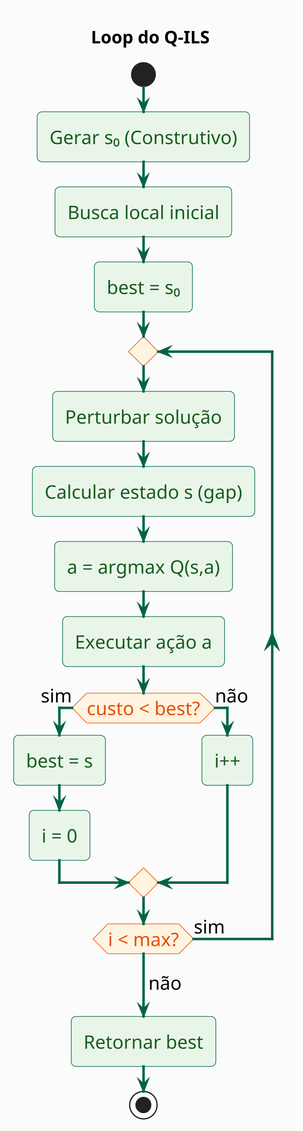
This is etc/plantuml/ils_loop.png from lucascbarbosa/TSP-RL, a PlantUML export, as it was before one commit.
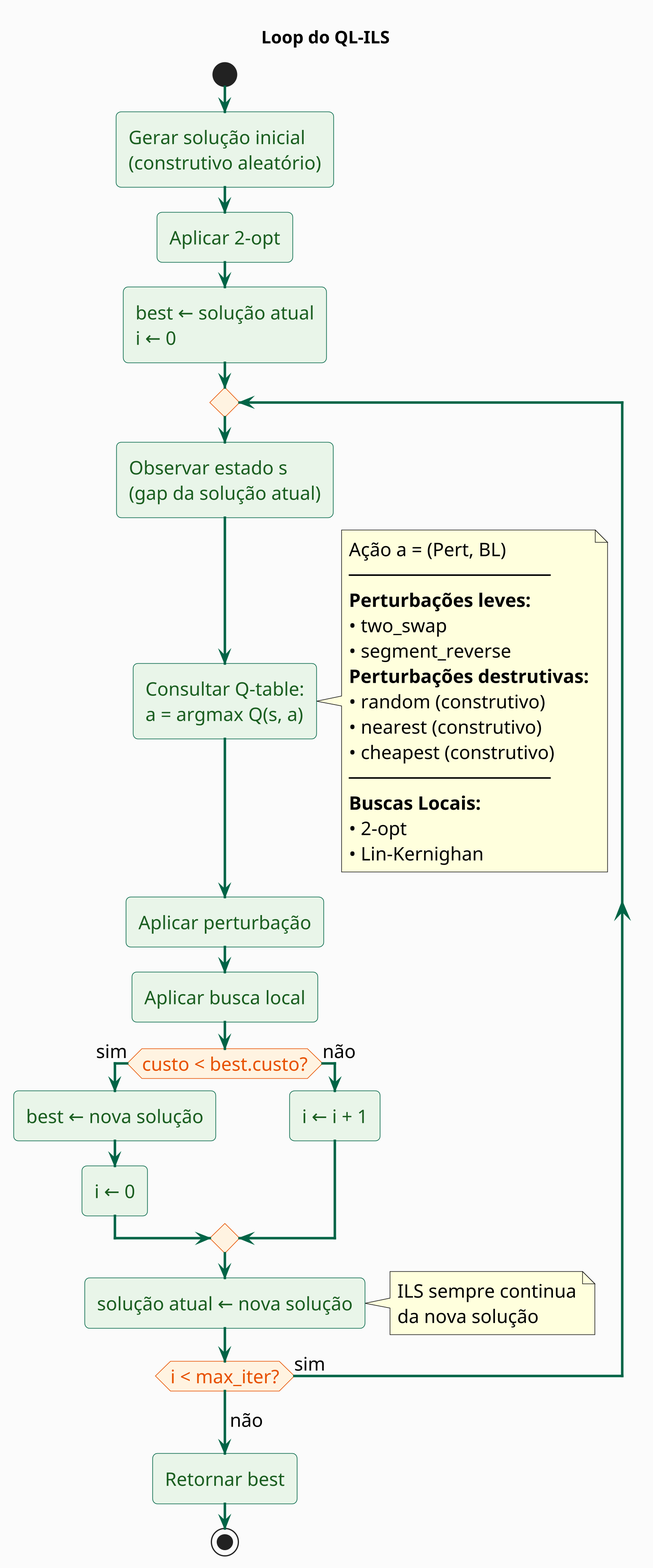
The same diagram one commit later.

The edit, as a diff of the source:
```diff
@@ -19,33 +19,59 @@
 skinparam ArrowColor #006446
 skinparam ArrowThickness 2
 
-title Loop do Q-ILS
+title Loop do QL-ILS
 
 start
 
-:Gerar s₀ (Construtivo);
+:Gerar solução inicial
+(construtivo aleatório);
 
-:Busca local inicial;
+:Aplicar 2-opt;
 
-:best = s₀;
+:best ← solução atual
+i ← 0;
 
 repeat
-  :Perturbar solução;
+  :Observar estado s
+  (gap da solução atual);
 
-  :Calcular estado s (gap);
+  :Consultar Q-table:
+  a = argmax Q(s, a);
 
-  :a = argmax Q(s,a);
+  note right
+    Ação a = (Pert, BL)
+    ──────────────────
+    **Perturbações leves:**
+    • two_swap
+    • segment_reverse
+    **Perturbações destrutivas:**
+    • random (construtivo)
+    • nearest (construtivo)
+    • cheapest (construtivo)
+    ──────────────────
+    **Buscas Locais:**
+    • 2-opt
+    • Lin-Kernighan
+  end note
 
-  :Executar ação a;
+  :Aplicar perturbação;
 
-  if (custo < best?) then (sim)
-    :best = s;
-    :i = 0;
+  :Aplicar busca local;
+
+  if (custo < best.custo?) then (sim)
+    :best ← nova solução;
+    :i ← 0;
   else (não)
-    :i++;
+    :i ← i + 1;
   endif
 
-repeat while (i < max?) is (sim)
+  :solução atual ← nova solução;
+  note right
+    ILS sempre continua
+    da nova solução
+  end note
+
+repeat while (i < max_iter?) is (sim)
 ->não;
 
 :Retornar best;
```
